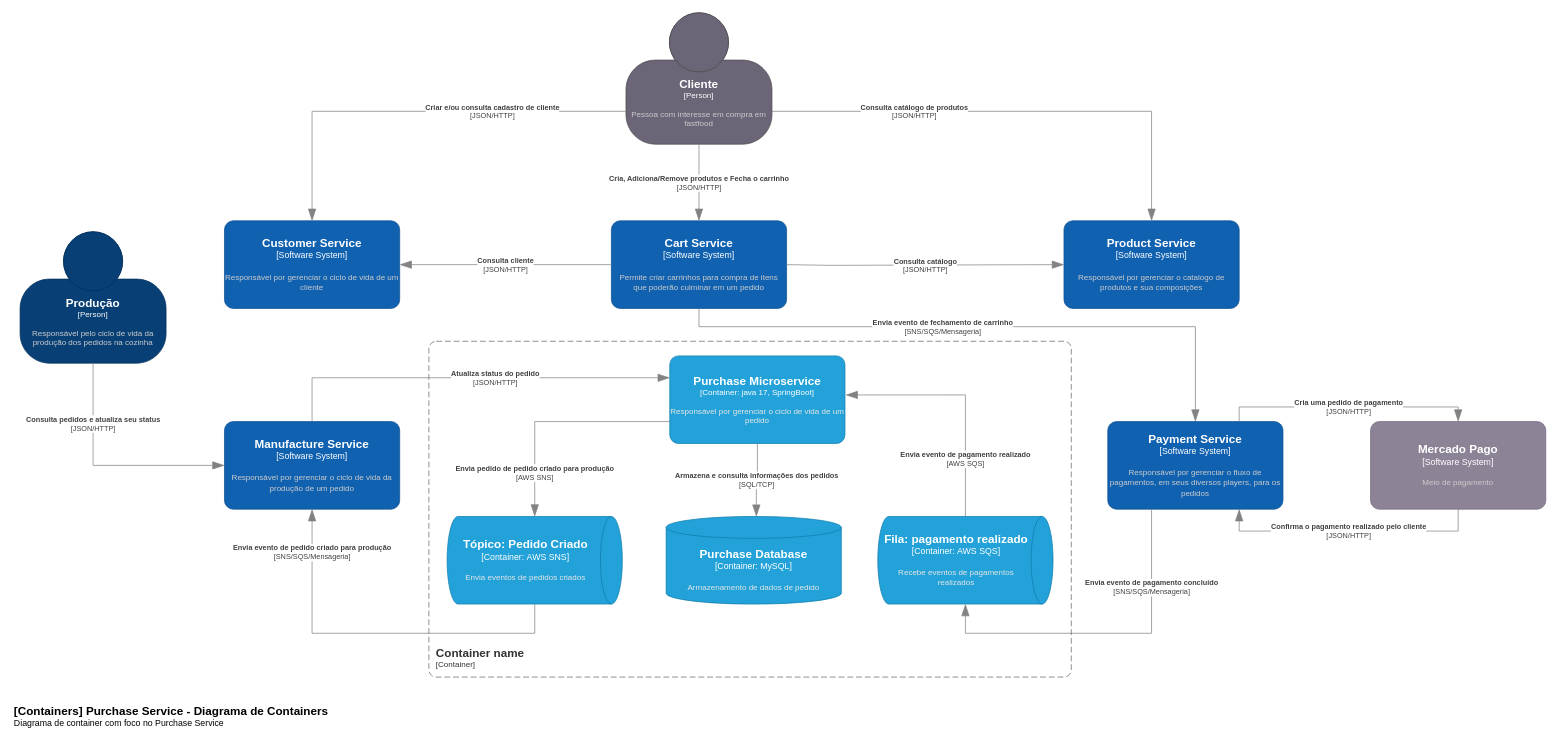
Before: page "purchase-service-c2" (19 of 23) of documentation/tech-challenge-architecture.drawio in fiap-postech/tech-chalenge, a draw.io diagram. Source tidied: cells renumbered, new cells numbered last; positions are measured from the earlier drawing's top-left corner, leaving out a move shared by most shapes. Both pictures are drawn from the tidied source at 73%, with x=0, y=0 at pixel (12, 12).
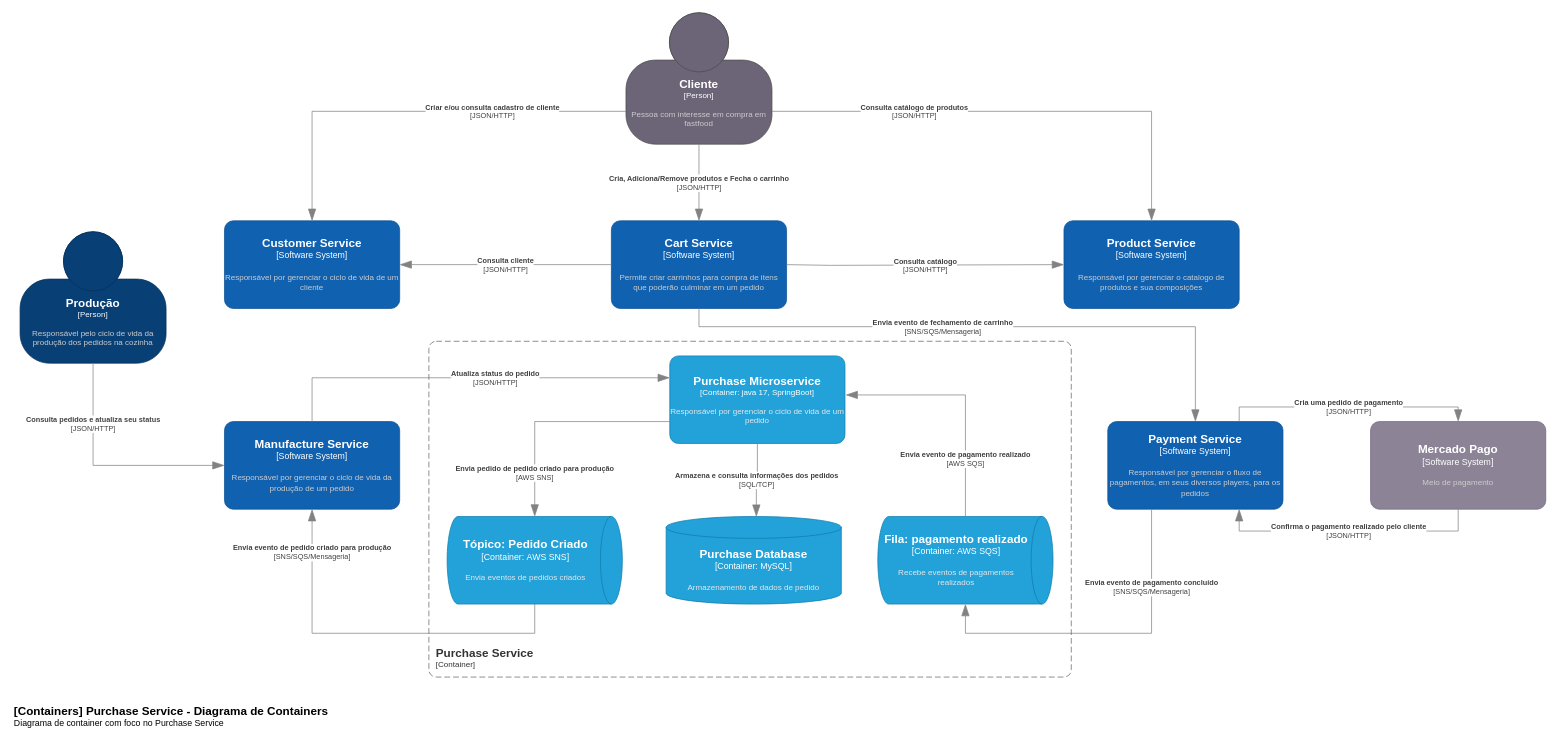
The same page after the edit.

Diff of the diagram source:
```diff
@@
-    <object id="22" label="&lt;font style=&quot;font-size: 16px&quot;&gt;&lt;b&gt;&lt;div style=&quot;text-align: left&quot;&gt;%c4Name%&lt;/div&gt;&lt;/b&gt;&lt;/font&gt;&lt;div style=&quot;text-align: left&quot;&gt;[%c4Application%]&lt;/div&gt;" c4Application="Container" c4Name="Container name" placeholders="1">
+    <object id="22" label="&lt;font style=&quot;font-size: 16px&quot;&gt;&lt;b&gt;&lt;div style=&quot;text-align: left&quot;&gt;%c4Name%&lt;/div&gt;&lt;/b&gt;&lt;/font&gt;&lt;div style=&quot;text-align: left&quot;&gt;[%c4Application%]&lt;/div&gt;" c4Application="Container" c4Name="Purchase Service" placeholders="1">
       <mxCell style="rounded=1;fontSize=11;whiteSpace=wrap;html=1;dashed=1;arcSize=20;fillColor=none;strokeColor=#666666;fontColor=#333333;labelBackgroundColor=none;align=left;verticalAlign=bottom;labelBorderColor=none;spacingTop=0;spacing=10;dashPattern=8 4;perimeter=rectanglePerimeter;noLabel=0;labelPadding=0;absoluteArcSize=1;" parent="1" vertex="1">
         <mxGeometry x="570" y="450" width="880" height="460" as="geometry" />
       </mxCell>
     </object>
```
